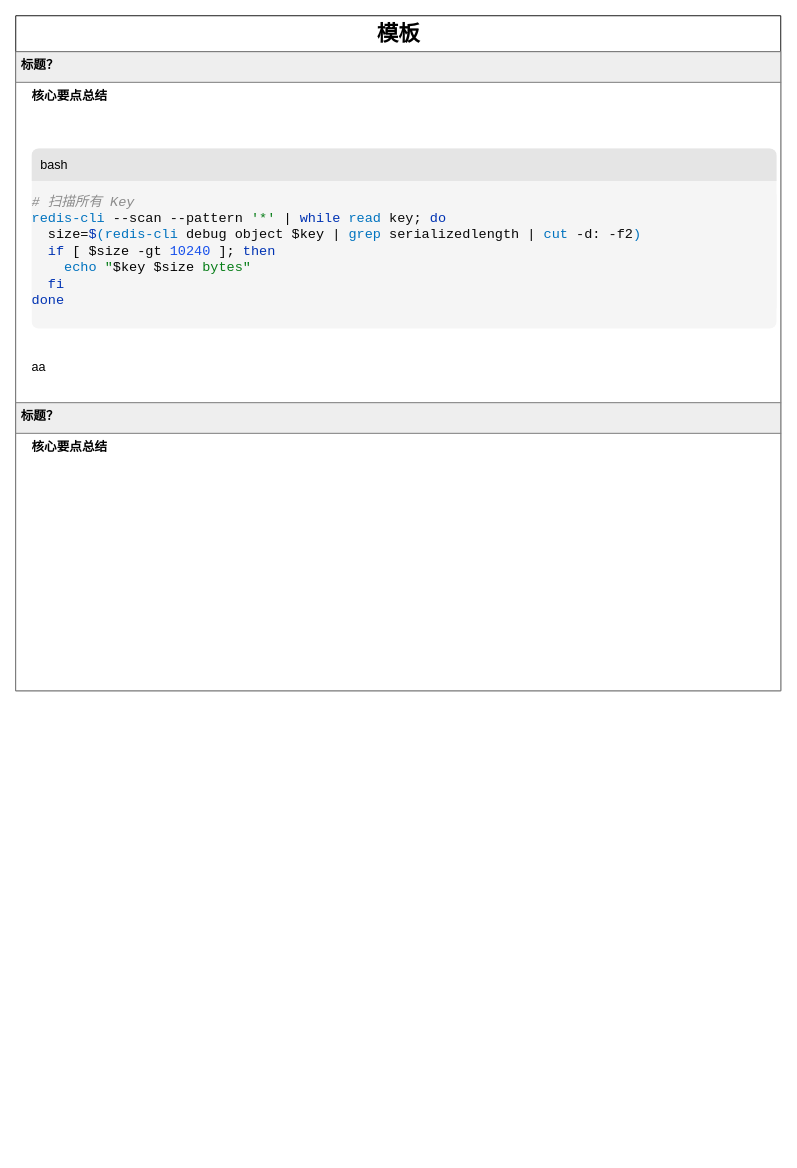
The draw.io diagram 模板.drawio in ljq199612/diagram, before the edit. Source tidied: cells renumbered, new cells numbered last; positions are measured from the earlier drawing's top-left corner, leaving out a move shared by most shapes. Both pictures are drawn from the tidied source at 90%, with x=0, y=0 at pixel (15, 15).
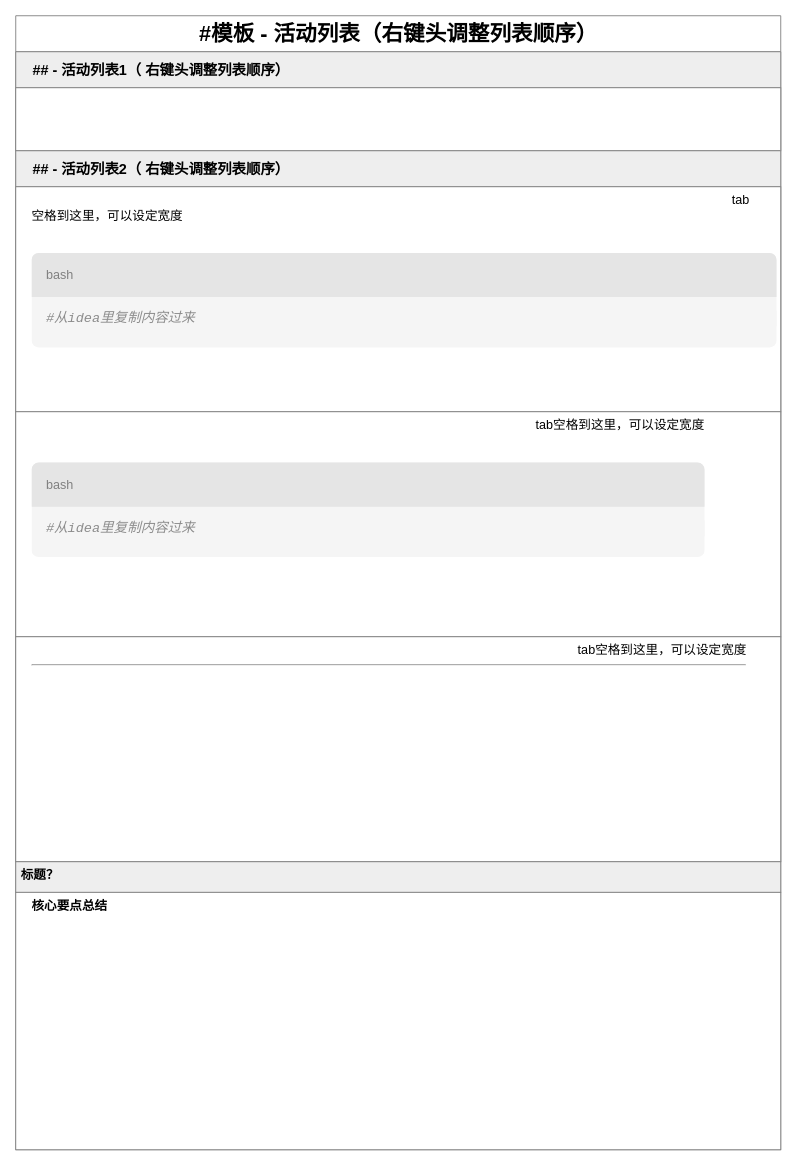
After the change.

The edit, as a diff of the source:
```diff
@@
 <mxGraphModel>
   <root>
     <mxCell id="0" />
     <mxCell id="1" parent="0" />
-    <mxCell id="2" value="&lt;font style=&quot;font-size: 24px;&quot;&gt;&lt;b&gt;模板&lt;/b&gt;&lt;/font&gt;" style="swimlane;fontStyle=0;horizontal=1;startSize=40;fillColor=default;html=1;" parent="1" vertex="1">
-      <mxGeometry width="850" height="750" as="geometry" />
+    <mxCell id="2" value="&lt;font style=&quot;font-size: 24px;&quot;&gt;&lt;b&gt;#模板 - 活动列表（右键头调整列表顺序）&lt;/b&gt;&lt;/font&gt;" style="swimlane;fontStyle=0;horizontal=1;startSize=40;fillColor=default;html=1;strokeColor=#808080;" parent="1" vertex="1">
+      <mxGeometry width="850" height="1260" as="geometry" />
     </mxCell>
-    <mxCell id="3" value="&lt;font style=&quot;font-size: 14px;&quot;&gt;&lt;b&gt;&lt;font&gt;标题？&lt;/font&gt;&lt;/b&gt;&lt;/font&gt;" style="text;align=left;verticalAlign=top;spacingLeft=4;spacingRight=4;overflow=hidden;whiteSpace=wrap;html=1;fillColor=#EEEEEE;strokeColor=#808080;" parent="2" vertex="1">
-      <mxGeometry y="40" width="850" height="34" as="geometry" />
-    </mxCell>
-    <mxCell id="4" value="&lt;div&gt;&lt;strong&gt;核心要点总结&lt;/strong&gt;&lt;/div&gt;&lt;div&gt;&lt;strong&gt;&lt;br&gt;&lt;/strong&gt;&lt;/div&gt;&lt;br&gt;&lt;br&gt;&lt;div style=&quot;height: 200px; width: 100%; background: rgb(245, 245, 245); border: 0px solid gray; border-radius: 8px;&quot;&gt;&lt;div style=&quot;padding: 0.6rem; background: rgb(229, 229, 229); border-top-left-radius: inherit; border-top-right-radius: inherit;&quot;&gt; bash&lt;/div&gt;&lt;div style=&quot;background-color: rgb(245, 245, 245); color: rgb(8, 8, 8);&quot;&gt;&lt;pre style=&quot;font-family:'JetBrains Mono',monospace;font-size:11.3pt;&quot;&gt;&lt;span style=&quot;color: rgb(140, 140, 140); font-style: italic;&quot;&gt;# &lt;/span&gt;&lt;span style=&quot;color: rgb(140, 140, 140); font-style: italic; font-family: &amp;quot;文泉驿等宽正黑&amp;quot;, monospace;&quot;&gt;扫描所有&lt;/span&gt;&lt;span style=&quot;color: rgb(140, 140, 140); font-style: italic;&quot;&gt; Key&lt;br&gt;&lt;/span&gt;&lt;span style=&quot;color: rgb(0, 115, 191);&quot;&gt;redis-cli &lt;/span&gt;--scan --pattern &lt;span style=&quot;color: rgb(6, 125, 23);&quot;&gt;'*' &lt;/span&gt;| &lt;span style=&quot;color: rgb(0, 51, 179);&quot;&gt;while &lt;/span&gt;&lt;span style=&quot;color: rgb(0, 115, 191);&quot;&gt;read &lt;/span&gt;key; &lt;span style=&quot;color: rgb(0, 51, 179);&quot;&gt;do&lt;br&gt;&lt;/span&gt;&lt;span style=&quot;color: rgb(0, 51, 179);&quot;&gt;  &lt;/span&gt;&lt;span style=&quot;color: rgb(0, 0, 0);&quot;&gt;size&lt;/span&gt;=&lt;span style=&quot;color: rgb(0, 51, 179);&quot;&gt;$&lt;/span&gt;&lt;span style=&quot;color: rgb(0, 115, 191);&quot;&gt;(redis-cli &lt;/span&gt;debug object &lt;span style=&quot;color: rgb(0, 0, 0);&quot;&gt;$key &lt;/span&gt;| &lt;span style=&quot;color: rgb(0, 115, 191);&quot;&gt;grep &lt;/span&gt;serializedlength | &lt;span style=&quot;color: rgb(0, 115, 191);&quot;&gt;cut &lt;/span&gt;-d: -f2&lt;span style=&quot;color: rgb(0, 115, 191);&quot;&gt;)&lt;br&gt;&lt;/span&gt;&lt;span style=&quot;color: rgb(0, 115, 191);&quot;&gt;  &lt;/span&gt;&lt;span style=&quot;color: rgb(0, 51, 179);&quot;&gt;if &lt;/span&gt;[ &lt;span style=&quot;color: rgb(0, 0, 0);&quot;&gt;$size &lt;/span&gt;-gt &lt;span style=&quot;color: rgb(23, 80, 235);&quot;&gt;10240 &lt;/span&gt;]; &lt;span style=&quot;color: rgb(0, 51, 179);&quot;&gt;then&lt;br&gt;&lt;/span&gt;&lt;span style=&quot;color: rgb(0, 51, 179);&quot;&gt;    &lt;/span&gt;&lt;span style=&quot;color: rgb(0, 115, 191);&quot;&gt;echo &lt;/span&gt;&lt;span style=&quot;color: rgb(6, 125, 23);&quot;&gt;&quot;&lt;/span&gt;&lt;span style=&quot;color: rgb(0, 0, 0);&quot;&gt;$key $size&lt;/span&gt;&lt;span style=&quot;color: rgb(6, 125, 23);&quot;&gt; bytes&quot;&lt;br&gt;&lt;/span&gt;&lt;span style=&quot;color: rgb(6, 125, 23);&quot;&gt;  &lt;/span&gt;&lt;span style=&quot;color: rgb(0, 51, 179);&quot;&gt;fi&lt;br&gt;&lt;/span&gt;&lt;span style=&quot;color: rgb(0, 51, 179);&quot;&gt;done&lt;/span&gt;&lt;/pre&gt;&lt;/div&gt;&amp;nbsp; &amp;nbsp; &amp;nbsp; &amp;nbsp; &amp;nbsp; &amp;nbsp; &amp;nbsp; &amp;nbsp; &amp;nbsp; &amp;nbsp; &amp;nbsp; &amp;nbsp; &amp;nbsp; &amp;nbsp; &amp;nbsp; &amp;nbsp; &amp;nbsp; &amp;nbsp; &amp;nbsp; &amp;nbsp; &amp;nbsp; &amp;nbsp; &amp;nbsp; &amp;nbsp; &amp;nbsp; &amp;nbsp; &amp;nbsp; &amp;nbsp; &amp;nbsp; &amp;nbsp; &amp;nbsp; &amp;nbsp; &amp;nbsp; &amp;nbsp; &amp;nbsp; &amp;nbsp; &amp;nbsp; &amp;nbsp; &amp;nbsp; &amp;nbsp; &amp;nbsp; &amp;nbsp; &amp;nbsp; &amp;nbsp; &amp;nbsp; &amp;nbsp; &amp;nbsp; &amp;nbsp; &amp;nbsp; &amp;nbsp; &amp;nbsp; &amp;nbsp; &amp;nbsp; &amp;nbsp; &amp;nbsp; &amp;nbsp; &amp;nbsp; &amp;nbsp; &amp;nbsp; &amp;nbsp; &amp;nbsp; &amp;nbsp; &amp;nbsp; &amp;nbsp; &amp;nbsp; &amp;nbsp; &amp;nbsp; &amp;nbsp; &amp;nbsp; &amp;nbsp; &amp;nbsp; &amp;nbsp; &amp;nbsp; &amp;nbsp; &amp;nbsp; &amp;nbsp; &amp;nbsp; &amp;nbsp; &amp;nbsp; &amp;nbsp; &amp;nbsp; &amp;nbsp; &amp;nbsp; &amp;nbsp; &amp;nbsp; &amp;nbsp; &amp;nbsp; &amp;nbsp; &amp;nbsp; &amp;nbsp; &amp;nbsp; &amp;nbsp; &amp;nbsp; &amp;nbsp; &amp;nbsp; &amp;nbsp; &amp;nbsp; &amp;nbsp; &amp;nbsp; &amp;nbsp; &amp;nbsp; &amp;nbsp; &amp;nbsp; &amp;nbsp; &amp;nbsp; &amp;nbsp; &amp;nbsp; &amp;nbsp; &amp;nbsp; &amp;nbsp; &amp;nbsp; &amp;nbsp; &amp;nbsp; &amp;nbsp; &amp;nbsp; &amp;nbsp; &amp;nbsp; &amp;nbsp; &amp;nbsp; &amp;nbsp; &amp;nbsp; &amp;nbsp; &amp;nbsp; &amp;nbsp; &amp;nbsp; &amp;nbsp;&lt;/div&gt;&lt;br&gt;&lt;br&gt;aa" style="text;align=left;verticalAlign=top;spacingLeft=16;spacingRight=4;overflow=hidden;whiteSpace=wrap;html=1;fontSize=14;fillColor=default;strokeColor=#808080;" parent="2" vertex="1">
-      <mxGeometry y="74" width="850" height="356" as="geometry" />
-    </mxCell>
+    <mxCell id="7" value="&lt;div align=&quot;left&quot;&gt;&lt;font style=&quot;font-size: 16px;&quot;&gt;&lt;b&gt;## - 活动列表1（ 右键头调整列表顺序）&lt;/b&gt;&lt;/font&gt;&lt;/div&gt;" style="swimlane;fontStyle=0;horizontal=1;startSize=40;fillColor=#EEEEEE;html=1;strokeColor=#808080;align=left;spacingLeft=17;" parent="2" vertex="1">
+      <mxGeometry y="40" width="850" height="110" as="geometry" />
+    </mxCell>
+    <mxCell id="8" style="text;align=left;verticalAlign=top;spacingLeft=16;spacingRight=4;overflow=hidden;whiteSpace=wrap;html=1;fontSize=14;fillColor=default;strokeColor=#808080;" parent="7" vertex="1">
+      <mxGeometry y="40" width="850" height="70" as="geometry" />
+    </mxCell>
+    <mxCell id="9" value="&lt;div align=&quot;left&quot;&gt;&lt;font style=&quot;font-size: 16px;&quot;&gt;&lt;b&gt;## - 活动列表2（ 右键头调整列表顺序）&lt;/b&gt;&lt;/font&gt;&lt;/div&gt;" style="swimlane;fontStyle=0;horizontal=1;startSize=40;fillColor=#EEEEEE;html=1;strokeColor=#808080;align=left;spacingLeft=17;" parent="2" vertex="1">
+      <mxGeometry y="150" width="850" height="790" as="geometry" />
+    </mxCell>
+    <mxCell id="10" value="&lt;div&gt;&lt;span style=&quot;white-space: pre;&quot;&gt;&#9;&lt;/span&gt;&lt;span style=&quot;white-space: pre;&quot;&gt;&#9;&lt;/span&gt;&lt;span style=&quot;white-space: pre;&quot;&gt;&#9;&lt;/span&gt;&lt;span style=&quot;white-space: pre;&quot;&gt;&#9;&lt;/span&gt;&lt;span style=&quot;white-space: pre;&quot;&gt;&#9;&lt;/span&gt;&lt;span style=&quot;white-space: pre;&quot;&gt;&#9;&lt;/span&gt;&lt;span style=&quot;white-space: pre;&quot;&gt;&#9;&lt;/span&gt;&lt;span style=&quot;white-space: pre;&quot;&gt;&#9;&lt;/span&gt;&lt;span style=&quot;white-space: pre;&quot;&gt;&#9;&lt;/span&gt;&lt;span style=&quot;white-space: pre;&quot;&gt;&#9;&lt;/span&gt;&lt;span style=&quot;white-space: pre;&quot;&gt;&#9;&lt;/span&gt;&lt;span style=&quot;white-space: pre;&quot;&gt;&#9;&lt;/span&gt;&lt;span style=&quot;white-space: pre;&quot;&gt;&#9;&lt;/span&gt;&lt;span style=&quot;white-space: pre;&quot;&gt;&#9;&lt;/span&gt;&lt;span style=&quot;white-space: pre;&quot;&gt;&#9;&lt;/span&gt;&lt;span style=&quot;white-space: pre;&quot;&gt;&#9;&lt;/span&gt;&lt;span style=&quot;white-space: pre;&quot;&gt;&#9;&lt;/span&gt;&lt;span style=&quot;white-space: pre;&quot;&gt;&#9;&lt;/span&gt;&lt;span style=&quot;white-space: pre;&quot;&gt;&#9;&lt;/span&gt;&lt;span style=&quot;white-space: pre;&quot;&gt;&#9;&lt;/span&gt;&lt;span style=&quot;white-space: pre;&quot;&gt;&#9;&lt;/span&gt;&lt;span style=&quot;white-space: pre;&quot;&gt;&#9;&lt;/span&gt;&lt;span style=&quot;white-space: pre;&quot;&gt;&#9;&lt;/span&gt;&lt;span style=&quot;white-space: pre;&quot;&gt;&#9;&lt;/span&gt;&lt;span style=&quot;white-space: pre;&quot;&gt;&#9;&lt;/span&gt;&lt;span style=&quot;white-space: pre;&quot;&gt;tab&lt;/span&gt;&lt;span style=&quot;white-space: pre;&quot;&gt;空格到这里，可以设定宽度&lt;/span&gt;&lt;/div&gt;&lt;div&gt;&lt;span style=&quot;white-space: pre;&quot;&gt;&lt;br&gt;&lt;/span&gt;&lt;/div&gt;&lt;div&gt;&lt;span style=&quot;white-space: pre;&quot;&gt;&lt;br&gt;&lt;/span&gt;&lt;/div&gt;&lt;div style=&quot;min-height: 3rem; padding: 0px 0px 0.5rem 1rem; min-width: 60%; background: rgb(245, 245, 245); border: 0px solid gray; border-radius: 8px;&quot;&gt;&lt;div style=&quot;margin-left: -1rem; color: gray; padding: 1rem; background: rgb(229, 229, 229); border-top-left-radius: inherit; border-top-right-radius: inherit;&quot;&gt; bash&lt;/div&gt;&lt;div style=&quot;background-color: rgb(245, 245, 245); color: rgb(8, 8, 8);&quot;&gt;&lt;pre style=&quot;font-family:'JetBrains Mono',monospace;font-size:11.3pt;&quot;&gt;&lt;span style=&quot;color: rgb(140, 140, 140); font-style: italic;&quot;&gt;#从idea里复制内容过来&lt;/span&gt;&lt;/pre&gt;&lt;/div&gt;&lt;/div&gt;&lt;div&gt;&amp;nbsp; &amp;nbsp;&lt;/div&gt;&lt;div&gt;&lt;br&gt;&lt;/div&gt;&lt;div&gt;&lt;br&gt;&lt;br&gt;&lt;/div&gt;" style="text;align=left;verticalAlign=top;spacingLeft=16;spacingRight=4;overflow=hidden;whiteSpace=wrap;html=1;fontSize=14;fillColor=default;strokeColor=#808080;" parent="9" vertex="1">
+      <mxGeometry y="40" width="850" height="250" as="geometry" />
+    </mxCell>
+    <mxCell id="11" value="&lt;div&gt;&lt;span style=&quot;white-space: pre;&quot;&gt;&#9;&lt;/span&gt;&lt;span style=&quot;white-space: pre;&quot;&gt;&#9;&lt;/span&gt;&lt;span style=&quot;white-space: pre;&quot;&gt;&#9;                    &lt;span style=&quot;white-space: pre;&quot;&gt;&#9;&lt;/span&gt;&lt;span style=&quot;white-space: pre;&quot;&gt;&#9;&lt;/span&gt;&lt;span style=&quot;white-space: pre;&quot;&gt;&#9;&lt;/span&gt;&lt;span style=&quot;white-space: pre;&quot;&gt;&#9;&lt;/span&gt;&lt;span style=&quot;white-space: pre;&quot;&gt;&#9;&lt;/span&gt;&lt;span style=&quot;white-space: pre;&quot;&gt;&#9;&lt;/span&gt;&lt;span style=&quot;white-space: pre;&quot;&gt;&#9;&lt;/span&gt;&lt;span style=&quot;white-space: pre;&quot;&gt;&#9;&lt;/span&gt;&lt;span style=&quot;white-space: pre;&quot;&gt;&#9;&lt;/span&gt;&lt;span style=&quot;white-space: pre;&quot;&gt;&#9;&lt;/span&gt;&lt;span style=&quot;white-space: pre;&quot;&gt;&#9;&lt;/span&gt;&lt;span style=&quot;white-space: pre;&quot;&gt;&#9;&lt;/span&gt;&lt;span style=&quot;white-space: pre;&quot;&gt;&#9;&lt;/span&gt;&lt;/span&gt;&lt;span style=&quot;white-space: pre;&quot;&gt;tab空格到这里，可以设定宽度&lt;/span&gt;&lt;/div&gt;&lt;div&gt;&lt;span style=&quot;white-space: pre;&quot;&gt;&lt;br&gt;&lt;/span&gt;&lt;/div&gt;&lt;div&gt;&lt;span style=&quot;white-space: pre;&quot;&gt;&lt;br&gt;&lt;/span&gt;&lt;/div&gt;&lt;div style=&quot;min-height: 3rem; padding: 0px 0px 0.5rem 1rem; min-width: 60%; background: rgb(245, 245, 245); border: 0px solid gray; border-radius: 8px;&quot;&gt;&lt;div style=&quot;margin-left: -1rem; color: gray; padding: 1rem; background: rgb(229, 229, 229); border-top-left-radius: inherit; border-top-right-radius: inherit;&quot;&gt; bash&lt;/div&gt;&lt;div style=&quot;background-color: rgb(245, 245, 245); color: rgb(8, 8, 8);&quot;&gt;&lt;pre style=&quot;font-family:'JetBrains Mono',monospace;font-size:11.3pt;&quot;&gt;&lt;span style=&quot;color: rgb(140, 140, 140); font-style: italic;&quot;&gt;#从idea里复制内容过来&lt;/span&gt;&lt;/pre&gt;&lt;/div&gt;&lt;/div&gt;&lt;div&gt;&amp;nbsp; &amp;nbsp;&lt;/div&gt;&lt;div&gt;&lt;br&gt;&lt;/div&gt;&lt;div&gt;&lt;br&gt;&lt;br&gt;&lt;/div&gt;" style="text;align=left;verticalAlign=top;spacingLeft=16;spacingRight=4;overflow=hidden;whiteSpace=wrap;html=1;fontSize=14;fillColor=default;strokeColor=#808080;" parent="9" vertex="1">
+      <mxGeometry y="290" width="850" height="250" as="geometry" />
+    </mxCell>
+    <mxCell id="12" value="&amp;nbsp; &amp;nbsp; &amp;nbsp; &amp;nbsp; &amp;nbsp;&amp;nbsp;&lt;span style=&quot;white-space: pre;&quot;&gt;&#9;&lt;/span&gt;&lt;span style=&quot;white-space: pre;&quot;&gt;&#9;&lt;/span&gt;&lt;span style=&quot;white-space: pre;&quot;&gt;&#9;&lt;/span&gt;&lt;span style=&quot;white-space: pre;&quot;&gt;&#9;&lt;/span&gt;&lt;span style=&quot;white-space: pre;&quot;&gt;&#9;&lt;span style=&quot;white-space: pre;&quot;&gt;&#9;&lt;/span&gt;&lt;span style=&quot;white-space: pre;&quot;&gt;&#9;&lt;/span&gt;&lt;/span&gt;&lt;span style=&quot;white-space: pre;&quot;&gt;&#9;&lt;/span&gt;&lt;span style=&quot;white-space: pre;&quot;&gt;&#9;&lt;/span&gt;&lt;span style=&quot;white-space: pre;&quot;&gt;&#9;&lt;/span&gt;&lt;span style=&quot;white-space: pre;&quot;&gt;&#9;&lt;/span&gt;&lt;span style=&quot;white-space: pre;&quot;&gt;&#9;&lt;/span&gt;&lt;span style=&quot;white-space: pre;&quot;&gt;&#9;&lt;/span&gt;&lt;span style=&quot;white-space: pre;&quot;&gt;&#9;&lt;/span&gt;&lt;span style=&quot;white-space: pre;&quot;&gt;&#9;&lt;/span&gt;&lt;span style=&quot;white-space: pre;&quot;&gt;&#9;&lt;/span&gt;&lt;span style=&quot;white-space: pre;&quot;&gt;&#9;&lt;/span&gt;&lt;span style=&quot;white-space: pre;&quot;&gt;&#9;&lt;/span&gt;&lt;span style=&quot;white-space: pre;&quot;&gt;    &lt;/span&gt;&lt;span style=&quot;white-space: pre;&quot;&gt;tab空格到这里，可以设定宽度&lt;/span&gt;&lt;hr&gt;&lt;div&gt;&lt;br&gt;&lt;/div&gt;&lt;div&gt;&lt;br&gt;&lt;/div&gt;" style="text;align=left;verticalAlign=top;spacingLeft=16;spacingRight=4;overflow=hidden;whiteSpace=wrap;html=1;fontSize=14;fillColor=default;strokeColor=#808080;" parent="9" vertex="1">
+      <mxGeometry y="540" width="850" height="250" as="geometry" />
+    </mxCell>
     <mxCell id="5" value="&lt;font style=&quot;font-size: 14px;&quot;&gt;&lt;b&gt;&lt;font&gt;标题？&lt;/font&gt;&lt;/b&gt;&lt;/font&gt;" style="text;align=left;verticalAlign=top;spacingLeft=4;spacingRight=4;overflow=hidden;whiteSpace=wrap;html=1;fillColor=#EEEEEE;strokeColor=#808080;" parent="2" vertex="1">
-      <mxGeometry y="430" width="850" height="34" as="geometry" />
+      <mxGeometry y="940" width="850" height="34" as="geometry" />
     </mxCell>
     <mxCell id="6" value="&lt;div&gt;&lt;strong&gt;核心要点总结&lt;/strong&gt;&lt;/div&gt;&lt;div&gt;&lt;strong&gt;&lt;br&gt;&lt;/strong&gt;&lt;/div&gt;&lt;div&gt;&lt;br/&gt;&lt;/div&gt;" style="text;align=left;verticalAlign=top;spacingLeft=16;spacingRight=4;overflow=hidden;whiteSpace=wrap;html=1;fontSize=14;fillColor=default;strokeColor=#808080;" parent="2" vertex="1">
-      <mxGeometry y="464" width="850" height="286" as="geometry" />
+      <mxGeometry y="974" width="850" height="286" as="geometry" />
     </mxCell>
   </root>
 </mxGraphModel>
```
